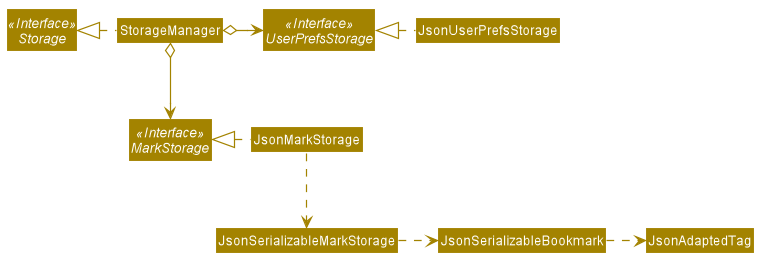
Above: docs/images/StorageClassDiagram.png in nus-cs2103-AY1920S1/addressbook-level3 (PlantUML), before the change.
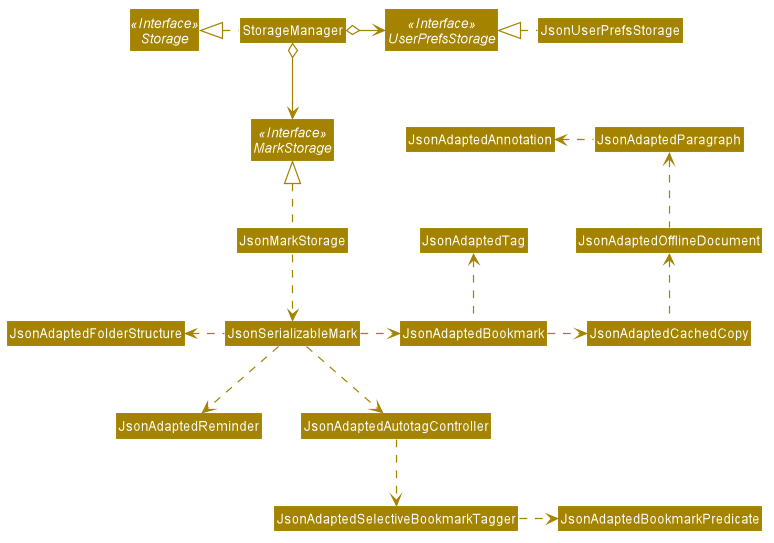
The same file after the commit.

Commit message:
Update Storage component

What changed in the source:
```diff
@@ -58,14 +58,26 @@
 Class StorageManager
 Class JsonUserPrefsStorage
 Class JsonMarkStorage
+Class JsonAdaptedFolderStructure
+Class JsonSerializableMark
 
 StorageManager .left.|> Storage
 StorageManager o-right-> UserPrefsStorage
 StorageManager o--> MarkStorage
 
 JsonUserPrefsStorage .left.|> UserPrefsStorage
-JsonMarkStorage .left.|> MarkStorage
-JsonMarkStorage .down.> JsonSerializableMarkStorage
-JsonSerializableMarkStorage .right.> JsonSerializableBookmark
-JsonSerializableBookmark .right.> JsonAdaptedTag
+JsonMarkStorage .up.|> MarkStorage
+JsonMarkStorage .down.> JsonSerializableMark
+JsonSerializableMark .> JsonAdaptedBookmark
+JsonSerializableMark .left.> JsonAdaptedFolderStructure
+JsonSerializableMark .down.> JsonAdaptedReminder
+JsonAdaptedBookmark .up.> JsonAdaptedTag
+JsonAdaptedBookmark .> JsonAdaptedCachedCopy
+JsonAdaptedCachedCopy .up.> JsonAdaptedOfflineDocument
+JsonAdaptedOfflineDocument .up.> JsonAdaptedParagraph
+JsonAdaptedParagraph .left.> JsonAdaptedAnnotation
+
+JsonSerializableMark .down.> JsonAdaptedAutotagController
+JsonAdaptedAutotagController .down.> JsonAdaptedSelectiveBookmarkTagger
+JsonAdaptedSelectiveBookmarkTagger .right.> JsonAdaptedBookmarkPredicate
 @enduml
```
